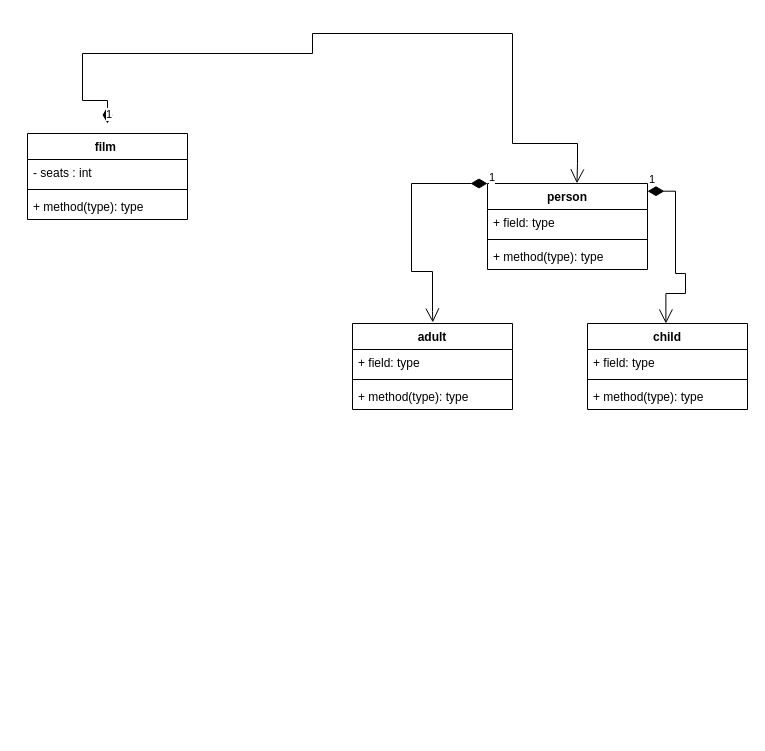
Above: mine.drawio in oceex/mine (draw.io), before the change. Source tidied: cells renumbered, new cells numbered last; positions are measured from the earlier drawing's top-left corner, leaving out a move shared by most shapes. Both pictures are drawn from the tidied source at 100%, with x=0, y=0 at pixel (27, 33).
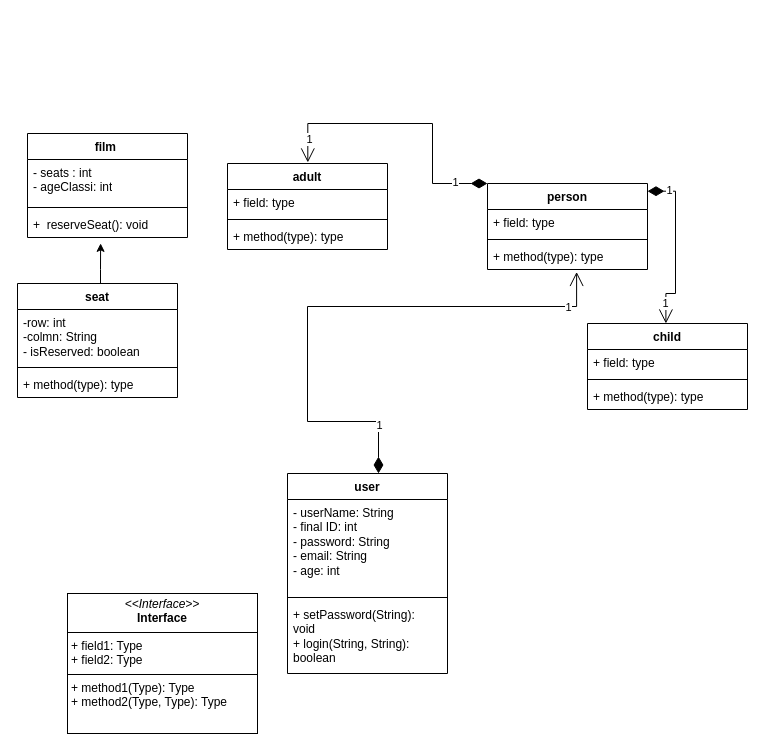
Above is the later version.

Unchanged cells that the change refers to:
```xml
<mxCell id="6" value="person" style="swimlane;fontStyle=1;align=center;verticalAlign=top;horizontal=1;startSize=26;whiteSpace=wrap;html=1;" parent="1" vertex="1">
  <mxGeometry x="460" y="150" width="160" height="86" as="geometry" />
</mxCell>
<mxCell id="9" value="+ method(type): type" style="text;strokeColor=none;fillColor=none;align=left;verticalAlign=top;spacingLeft=4;spacingRight=4;overflow=hidden;points=[[0,0.5],[1,0.5]];portConstraint=eastwest;whiteSpace=wrap;html=1;" parent="6" vertex="1">
  <mxGeometry y="60" width="160" height="26" as="geometry" />
</mxCell>
```

The edit, as a diff of the source:
```diff
@@
     <mxCell id="2" value="film&amp;nbsp;" style="swimlane;fontStyle=1;align=center;verticalAlign=top;horizontal=1;startSize=26;whiteSpace=wrap;html=1;" parent="1" vertex="1">
-      <mxGeometry y="100" width="160" height="86" as="geometry" />
+      <mxGeometry y="100" width="160" height="104" as="geometry" />
     </mxCell>
-    <mxCell id="3" value="- seats : int" style="text;strokeColor=none;fillColor=none;align=left;verticalAlign=top;spacingLeft=4;spacingRight=4;overflow=hidden;whiteSpace=wrap;html=1;" parent="2" vertex="1">
-      <mxGeometry y="26" width="160" height="26" as="geometry" />
+    <mxCell id="3" value="- seats : int&lt;div&gt;- ageClassi: int&lt;/div&gt;" style="text;strokeColor=none;fillColor=none;align=left;verticalAlign=top;spacingLeft=4;spacingRight=4;overflow=hidden;whiteSpace=wrap;html=1;" parent="2" vertex="1">
+      <mxGeometry y="26" width="160" height="44" as="geometry" />
     </mxCell>
     <mxCell id="4" style="line;strokeWidth=1;fillColor=none;align=left;verticalAlign=middle;spacingTop=-1;spacingLeft=3;spacingRight=3;labelPosition=right;strokeColor=inherit;" parent="2" vertex="1">
-      <mxGeometry y="52" width="160" height="8" as="geometry" />
+      <mxGeometry y="70" width="160" height="8" as="geometry" />
     </mxCell>
-    <mxCell id="5" value="+ method(type): type" style="text;strokeColor=none;fillColor=none;align=left;verticalAlign=top;spacingLeft=4;spacingRight=4;overflow=hidden;points=[[0,0.5],[1,0.5]];portConstraint=eastwest;whiteSpace=wrap;html=1;" parent="2" vertex="1">
-      <mxGeometry y="60" width="160" height="26" as="geometry" />
+    <mxCell id="5" value="+&amp;nbsp; reserveSeat(): void" style="text;strokeColor=none;fillColor=none;align=left;verticalAlign=top;spacingLeft=4;spacingRight=4;overflow=hidden;points=[[0,0.5],[1,0.5]];portConstraint=eastwest;whiteSpace=wrap;html=1;" parent="2" vertex="1">
+      <mxGeometry y="78" width="160" height="26" as="geometry" />
     </mxCell>
@@
     <mxCell id="10" value="adult" style="swimlane;fontStyle=1;align=center;verticalAlign=top;horizontal=1;startSize=26;whiteSpace=wrap;html=1;" parent="1" vertex="1">
-      <mxGeometry x="325" y="290" width="160" height="86" as="geometry" />
+      <mxGeometry x="200" y="130" width="160" height="86" as="geometry" />
     </mxCell>
@@
-    <mxCell id="18" value="1" style="endArrow=open;html=1;endSize=12;startArrow=diamondThin;startSize=14;startFill=1;edgeStyle=orthogonalEdgeStyle;align=left;verticalAlign=bottom;rounded=0;exitX=0.5;exitY=0;exitDx=0;exitDy=0;entryX=0.559;entryY=-0.002;entryDx=0;entryDy=0;entryPerimeter=0;" parent="1" edge="1" target="6">
-      <mxGeometry x="-1" y="3" relative="1" as="geometry">
-        <mxPoint x="80" y="90" as="sourcePoint" />
-        <Array as="points">
-          <mxPoint x="80" y="67" />
-          <mxPoint x="55" y="67" />
-          <mxPoint x="55" y="20" />
-          <mxPoint x="285" y="20" />
-          <mxPoint x="285" />
-          <mxPoint x="485" />
-          <mxPoint x="485" y="110" />
-          <mxPoint x="550" y="110" />
-          <mxPoint x="550" y="130" />
-          <mxPoint x="549" y="130" />
-        </Array>
-      </mxGeometry>
-    </mxCell>
-    <mxCell id="19" value="1" style="endArrow=open;html=1;endSize=12;startArrow=diamondThin;startSize=14;startFill=1;edgeStyle=orthogonalEdgeStyle;align=left;verticalAlign=bottom;rounded=0;exitX=-0.026;exitY=0.14;exitDx=0;exitDy=0;exitPerimeter=0;entryX=0.502;entryY=-0.012;entryDx=0;entryDy=0;entryPerimeter=0;" parent="1" edge="1" target="10">
+    <mxCell id="19" style="endArrow=open;html=1;endSize=12;startArrow=diamondThin;startSize=14;startFill=1;edgeStyle=orthogonalEdgeStyle;align=left;verticalAlign=bottom;rounded=0;exitX=-0.026;exitY=0.14;exitDx=0;exitDy=0;exitPerimeter=0;entryX=0.502;entryY=-0.012;entryDx=0;entryDy=0;entryPerimeter=0;" parent="1" edge="1" target="10">
       <mxGeometry x="-1" y="3" relative="1" as="geometry">
         <mxPoint x="460" y="150" as="sourcePoint" />
         <Array as="points">
-          <mxPoint x="384" y="150" />
-          <mxPoint x="384" y="238" />
-          <mxPoint x="405" y="238" />
-          <mxPoint x="405" y="278" />
-          <mxPoint x="405" y="278" />
+          <mxPoint x="405" y="150" />
+          <mxPoint x="405" y="90" />
+          <mxPoint x="280" y="90" />
         </Array>
       </mxGeometry>
     </mxCell>
+    <mxCell id="21" value="1" style="edgeLabel;html=1;align=center;verticalAlign=middle;" parent="19" vertex="1">
+      <mxGeometry x="-0.76" y="-2" relative="1" as="geometry" />
+    </mxCell>
+    <mxCell id="22" value="1" style="edgeLabel;html=1;align=center;verticalAlign=middle;" parent="19" vertex="1">
+      <mxGeometry x="0.83" y="1" relative="1" as="geometry" />
+    </mxCell>
-    <mxCell id="20" value="1" style="endArrow=open;html=1;endSize=12;startArrow=diamondThin;startSize=14;startFill=1;edgeStyle=orthogonalEdgeStyle;align=left;verticalAlign=bottom;rounded=0;entryX=0.5;entryY=0;entryDx=0;entryDy=0;exitX=1.01;exitY=0.089;exitDx=0;exitDy=0;exitPerimeter=0;" parent="1" edge="1">
+    <mxCell id="20" style="endArrow=open;html=1;endSize=12;startArrow=diamondThin;startSize=14;startFill=1;edgeStyle=orthogonalEdgeStyle;align=left;verticalAlign=bottom;rounded=0;entryX=0.5;entryY=0;entryDx=0;entryDy=0;exitX=1.01;exitY=0.089;exitDx=0;exitDy=0;exitPerimeter=0;" parent="1" edge="1">
       <mxGeometry x="-1" y="3" relative="1" as="geometry">
         <mxPoint x="620" y="157.7" as="sourcePoint" />
         <mxPoint x="638.4" y="290" as="targetPoint" />
         <Array as="points">
           <mxPoint x="648" y="158" />
-          <mxPoint x="648" y="240" />
-          <mxPoint x="658" y="240" />
-          <mxPoint x="658" y="260" />
+          <mxPoint x="648" y="260" />
           <mxPoint x="638" y="260" />
         </Array>
       </mxGeometry>
     </mxCell>
+    <mxCell id="23" value="1" style="edgeLabel;html=1;align=center;verticalAlign=middle;" parent="20" vertex="1">
+      <mxGeometry x="-0.75" y="1" relative="1" as="geometry" />
+    </mxCell>
+    <mxCell id="24" value="1" style="edgeLabel;html=1;align=center;verticalAlign=middle;" parent="20" vertex="1">
+      <mxGeometry x="0.75" y="-1" relative="1" as="geometry" />
+    </mxCell>
+    <mxCell id="25" value="user" style="swimlane;fontStyle=1;align=center;verticalAlign=top;horizontal=1;startSize=26;whiteSpace=wrap;html=1;" parent="1" vertex="1">
+      <mxGeometry x="260" y="440" width="160" height="200" as="geometry" />
+    </mxCell>
+    <mxCell id="26" value="- userName: String&lt;div&gt;- final ID: int&lt;br&gt;&lt;div&gt;- password: String&lt;/div&gt;&lt;div&gt;- email: String&lt;/div&gt;&lt;div&gt;- age: int&lt;/div&gt;&lt;/div&gt;" style="text;strokeColor=none;fillColor=none;align=left;verticalAlign=top;spacingLeft=4;spacingRight=4;overflow=hidden;whiteSpace=wrap;html=1;" parent="25" vertex="1">
+      <mxGeometry y="26" width="160" height="94" as="geometry" />
+    </mxCell>
+    <mxCell id="27" style="line;strokeWidth=1;fillColor=none;align=left;verticalAlign=middle;spacingTop=-1;spacingLeft=3;spacingRight=3;labelPosition=right;strokeColor=inherit;" parent="25" vertex="1">
+      <mxGeometry y="120" width="160" height="8" as="geometry" />
+    </mxCell>
+    <mxCell id="28" value="+ setPassword(String): void&amp;nbsp;&lt;div&gt;+ login(String, String): boolean&lt;/div&gt;" style="text;strokeColor=none;fillColor=none;align=left;verticalAlign=top;spacingLeft=4;spacingRight=4;overflow=hidden;whiteSpace=wrap;html=1;" parent="25" vertex="1">
+      <mxGeometry y="128" width="160" height="72" as="geometry" />
+    </mxCell>
+    <mxCell id="29" style="endArrow=open;html=1;endSize=12;startArrow=diamondThin;startSize=14;startFill=1;edgeStyle=orthogonalEdgeStyle;align=left;verticalAlign=bottom;rounded=0;entryX=0.557;entryY=1.094;entryDx=0;entryDy=0;entryPerimeter=0;" parent="1" edge="1" target="9">
+      <mxGeometry x="-1" y="3" relative="1" as="geometry">
+        <mxPoint x="351" y="440" as="sourcePoint" />
+        <Array as="points">
+          <mxPoint x="351" y="388" />
+          <mxPoint x="280" y="388" />
+          <mxPoint x="280" y="273" />
+          <mxPoint x="549" y="273" />
+        </Array>
+      </mxGeometry>
+    </mxCell>
+    <mxCell id="30" value="1" style="edgeLabel;html=1;align=center;verticalAlign=middle;" parent="29" vertex="1">
+      <mxGeometry x="-0.82" relative="1" as="geometry" />
+    </mxCell>
+    <mxCell id="31" value="1" style="edgeLabel;html=1;align=center;verticalAlign=middle;" parent="29" vertex="1">
+      <mxGeometry x="0.84" relative="1" as="geometry" />
+    </mxCell>
+    <mxCell id="32" value="seat" style="swimlane;fontStyle=1;align=center;verticalAlign=top;horizontal=1;startSize=26;whiteSpace=wrap;html=1;" parent="1" vertex="1">
+      <mxGeometry x="-10" y="250" width="160" height="114" as="geometry" />
+    </mxCell>
+    <mxCell id="33" value="-row: int&lt;div&gt;-colmn: String&lt;/div&gt;&lt;div&gt;-&amp;nbsp;isReserved: boolean&lt;/div&gt;" style="text;strokeColor=none;fillColor=none;align=left;verticalAlign=top;spacingLeft=4;spacingRight=4;overflow=hidden;whiteSpace=wrap;html=1;" parent="32" vertex="1">
+      <mxGeometry y="26" width="160" height="54" as="geometry" />
+    </mxCell>
+    <mxCell id="34" style="line;strokeWidth=1;fillColor=none;align=left;verticalAlign=middle;spacingTop=-1;spacingLeft=3;spacingRight=3;labelPosition=right;strokeColor=inherit;" parent="32" vertex="1">
+      <mxGeometry y="80" width="160" height="8" as="geometry" />
+    </mxCell>
+    <mxCell id="35" value="+ method(type): type" style="text;strokeColor=none;fillColor=none;align=left;verticalAlign=top;spacingLeft=4;spacingRight=4;overflow=hidden;whiteSpace=wrap;html=1;" parent="32" vertex="1">
+      <mxGeometry y="88" width="160" height="26" as="geometry" />
+    </mxCell>
+    <mxCell id="36" style="edgeStyle=orthogonalEdgeStyle;rounded=0;jettySize=auto;html=1;exitX=0.5;exitY=0;exitDx=0;exitDy=0;entryX=0.457;entryY=1.226;entryDx=0;entryDy=0;entryPerimeter=0;" parent="1" edge="1" source="32" target="5">
+      <mxGeometry relative="1" as="geometry">
+        <Array as="points">
+          <mxPoint x="73" y="236" />
+          <mxPoint x="73" y="200" />
+        </Array>
+      </mxGeometry>
+    </mxCell>
+    <mxCell id="37" value="&lt;p style=&quot;margin:0px;margin-top:4px;text-align:center;&quot;&gt;&lt;i&gt;&amp;lt;&amp;lt;Interface&amp;gt;&amp;gt;&lt;/i&gt;&lt;br/&gt;&lt;b&gt;Interface&lt;/b&gt;&lt;/p&gt;&lt;hr size=&quot;1&quot; style=&quot;border-style:solid;&quot;/&gt;&lt;p style=&quot;margin:0px;margin-left:4px;&quot;&gt;+ field1: Type&lt;br/&gt;+ field2: Type&lt;/p&gt;&lt;hr size=&quot;1&quot; style=&quot;border-style:solid;&quot;/&gt;&lt;p style=&quot;margin:0px;margin-left:4px;&quot;&gt;+ method1(Type): Type&lt;br/&gt;+ method2(Type, Type): Type&lt;/p&gt;" style="verticalAlign=top;align=left;overflow=fill;html=1;whiteSpace=wrap;" parent="1" vertex="1">
+      <mxGeometry x="40" y="560" width="190" height="140" as="geometry" />
+    </mxCell>
```
